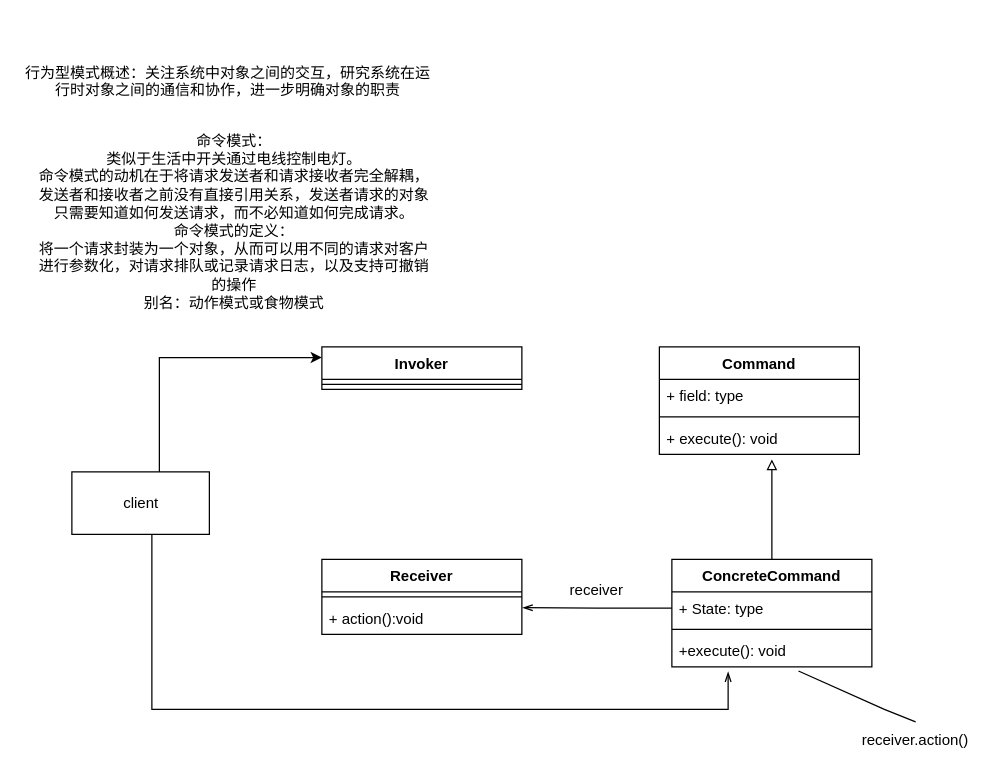
VilaNan/design-pattern keeps this draw.io diagram as 命令模式.drawio. Above is the earlier version. Source tidied: cells renumbered, new cells numbered last; positions are measured from the earlier drawing's top-left corner, leaving out a move shared by most shapes. Both pictures are drawn from the tidied source at 125%, with x=0, y=0 at pixel (21, 21).
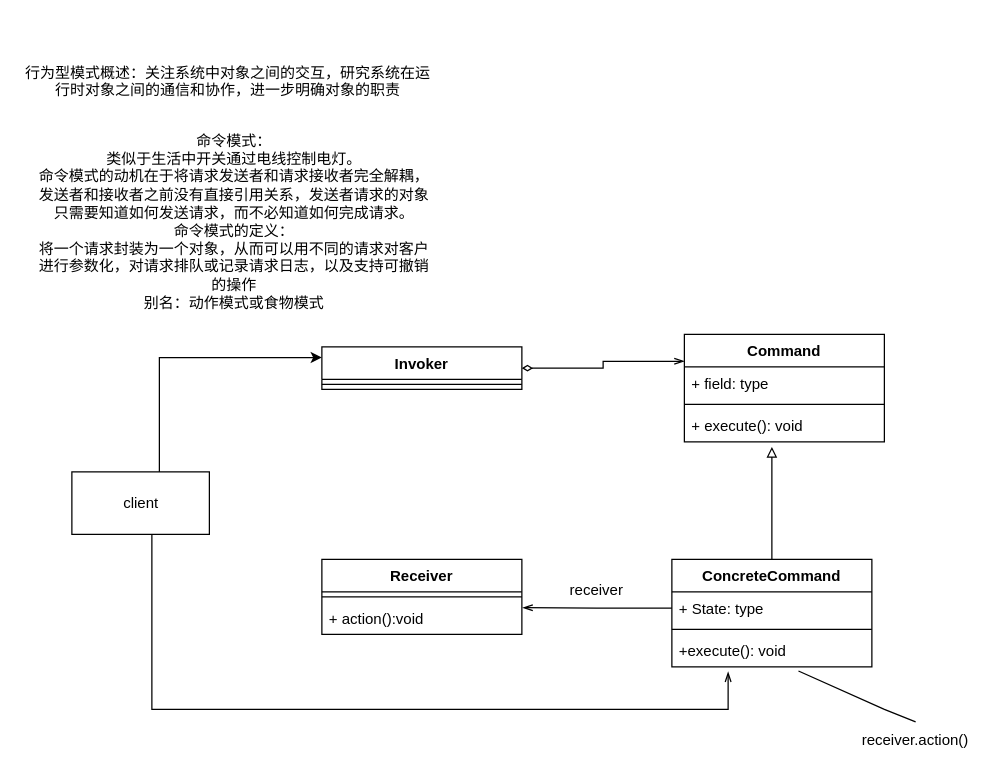
Above is the later version.

Commit message (it also covers changes not shown here):
更新命令模式.drawio

Unchanged cells that the change refers to:
```xml
<mxCell id="7" value="Invoker" style="swimlane;fontStyle=1;align=center;verticalAlign=top;horizontal=1;startSize=26;" parent="1" vertex="1">
  <mxGeometry x="240" y="260" width="160" height="34" as="geometry" />
</mxCell>
<mxCell id="17" value="ConcreteCommand" style="swimlane;fontStyle=1;align=center;verticalAlign=top;horizontal=1;startSize=26;" parent="1" vertex="1">
  <mxGeometry x="520" y="430" width="160" height="86" as="geometry" />
</mxCell>
```

Diff of the diagram source:
```diff
@@
+    <mxCell id="25" style="edgeStyle=orthogonalEdgeStyle;rounded=0;jettySize=auto;html=1;entryX=0;entryY=0.25;entryDx=0;entryDy=0;endArrow=openThin;endFill=0;startArrow=diamondThin;startFill=0;" parent="1" edge="1" source="7" target="9">
+      <mxGeometry relative="1" as="geometry" />
+    </mxCell>
@@
     <mxCell id="9" value="Command" style="swimlane;fontStyle=1;align=center;verticalAlign=top;horizontal=1;startSize=26;" parent="1" vertex="1">
-      <mxGeometry x="510" y="260" width="160" height="86" as="geometry" />
+      <mxGeometry x="530" y="250" width="160" height="86" as="geometry" />
     </mxCell>
@@
     <mxCell id="16" style="edgeStyle=orthogonalEdgeStyle;rounded=0;jettySize=auto;html=1;endArrow=block;endFill=0;" parent="1" edge="1" source="17">
       <mxGeometry relative="1" as="geometry">
-        <mxPoint x="600" y="350" as="targetPoint" />
+        <mxPoint x="600" y="340" as="targetPoint" />
       </mxGeometry>
     </mxCell>
```
